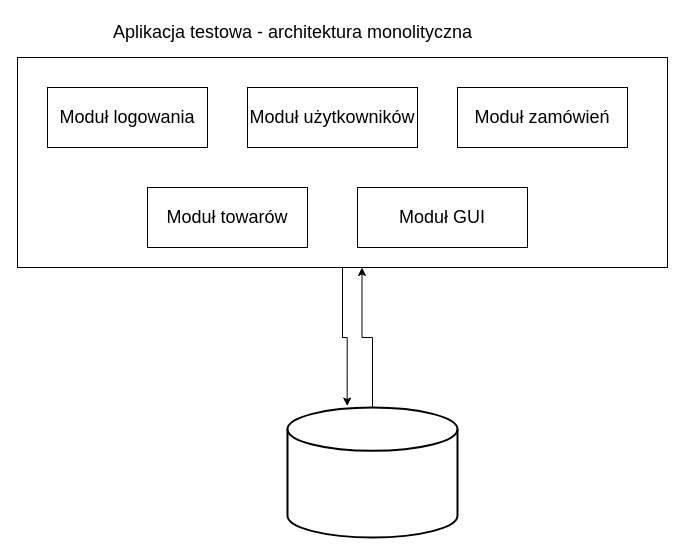
This is Untitled Diagram.drawio from margap1998/msc-mono, a draw.io file, before an edit. Source tidied: cells renumbered, new cells numbered last; positions are measured from the earlier drawing's top-left corner, leaving out a move shared by most shapes. Both pictures are drawn from the tidied source at 100%, with x=0, y=0 at pixel (17, 17).
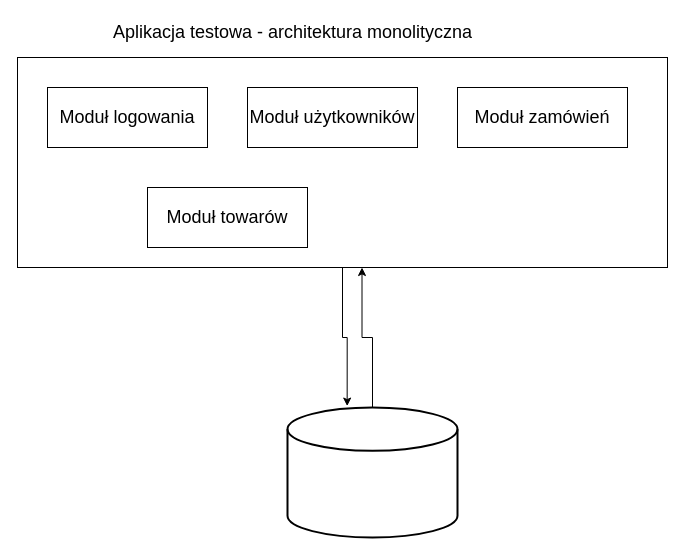
After the change.

The edit, as a diff of the source:
```diff
@@
 <mxGraphModel>
   <root>
     <mxCell id="0" />
     <mxCell id="1" parent="0" />
     <mxCell id="2" style="edgeStyle=orthogonalEdgeStyle;rounded=0;jettySize=auto;html=1;entryX=0.351;entryY=-0.011;entryDx=0;entryDy=0;entryPerimeter=0;fontSize=18;" parent="1" edge="1" source="3" target="9">
       <mxGeometry relative="1" as="geometry" />
     </mxCell>
     <mxCell id="3" style="rounded=0;whiteSpace=wrap;html=1;" parent="1" vertex="1">
       <mxGeometry y="40" width="650" height="210" as="geometry" />
     </mxCell>
     <mxCell id="4" value="&lt;div style=&quot;font-size: 18px;&quot;&gt;Aplikacja testowa - architektura monolityczna&lt;/div&gt;" style="text;html=1;align=center;verticalAlign=middle;strokeColor=none;fillColor=none;fontSize=18;" parent="1" vertex="1">
       <mxGeometry x="90" width="370" height="30" as="geometry" />
     </mxCell>
     <mxCell id="5" value="Moduł logowania" style="rounded=0;whiteSpace=wrap;html=1;fontSize=18;" parent="1" vertex="1">
       <mxGeometry x="30" y="70" width="160" height="60" as="geometry" />
     </mxCell>
     <mxCell id="6" value="Moduł użytkowników" style="rounded=0;whiteSpace=wrap;html=1;fontSize=18;" parent="1" vertex="1">
       <mxGeometry x="230" y="70" width="170" height="60" as="geometry" />
     </mxCell>
     <mxCell id="7" value="Moduł towarów" style="rounded=0;whiteSpace=wrap;html=1;fontSize=18;" parent="1" vertex="1">
       <mxGeometry x="130" y="170" width="160" height="60" as="geometry" />
     </mxCell>
     <mxCell id="8" style="edgeStyle=orthogonalEdgeStyle;rounded=0;jettySize=auto;html=1;entryX=0.53;entryY=1;entryDx=0;entryDy=0;entryPerimeter=0;fontSize=18;" parent="1" edge="1" source="9" target="3">
       <mxGeometry relative="1" as="geometry" />
     </mxCell>
     <mxCell id="9" style="strokeWidth=2;html=1;shape=mxgraph.flowchart.database;whiteSpace=wrap;fontSize=18;" parent="1" vertex="1">
       <mxGeometry x="270" y="390" width="170" height="130" as="geometry" />
     </mxCell>
     <mxCell id="10" value="Moduł zamówień" style="rounded=0;whiteSpace=wrap;html=1;fontSize=18;" parent="1" vertex="1">
       <mxGeometry x="440" y="70" width="170" height="60" as="geometry" />
     </mxCell>
-    <mxCell id="11" value="Moduł GUI" style="rounded=0;whiteSpace=wrap;html=1;fontSize=18;" parent="1" vertex="1">
-      <mxGeometry x="340" y="170" width="170" height="60" as="geometry" />
-    </mxCell>
   </root>
 </mxGraphModel>
```
